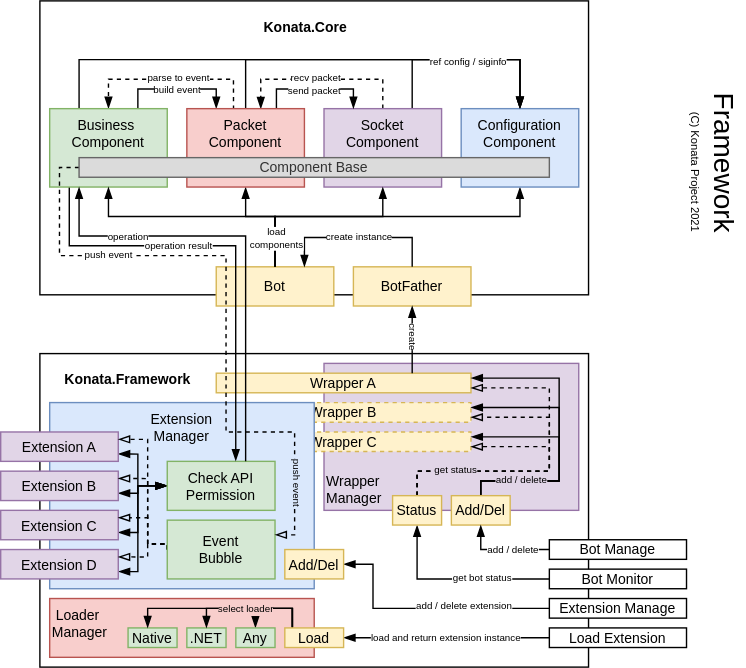
The draw.io diagram Blueprint/konata.framework.svg in KonataDev/Konata.Core, before a commit. Source tidied: cells renumbered, new cells last; positions are measured from the earlier drawing's top-left corner, leaving out a move shared by most shapes.
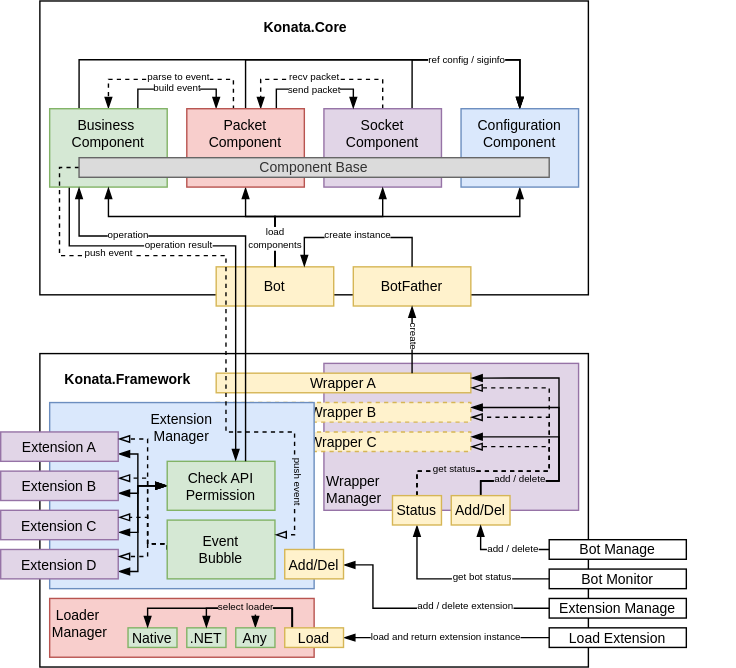
The same file after the commit.

Diff of the diagram source:
```diff
@@ -519,11 +519,5 @@
         <mxPoint y="-7" as="offset" />
       </mxGeometry>
     </mxCell>
-    <mxCell id="94" value="Framework" style="text;html=1;strokeColor=none;fillColor=none;align=right;verticalAlign=middle;whiteSpace=wrap;rounded=0;fontSize=20;rotation=90;" parent="1" vertex="1">
-      <mxGeometry x="448" y="84" width="140" height="28" as="geometry" />
-    </mxCell>
-    <mxCell id="95" value="&lt;font style=&quot;font-size: 8px&quot;&gt;(C) Konata Project 2021&lt;/font&gt;" style="text;html=1;strokeColor=none;fillColor=none;align=right;verticalAlign=middle;whiteSpace=wrap;rounded=0;fontSize=8;fontStyle=0;rotation=90;" parent="1" vertex="1">
-      <mxGeometry x="441" y="105" width="112" height="13" as="geometry" />
-    </mxCell>
   </root>
 </mxGraphModel>
```
